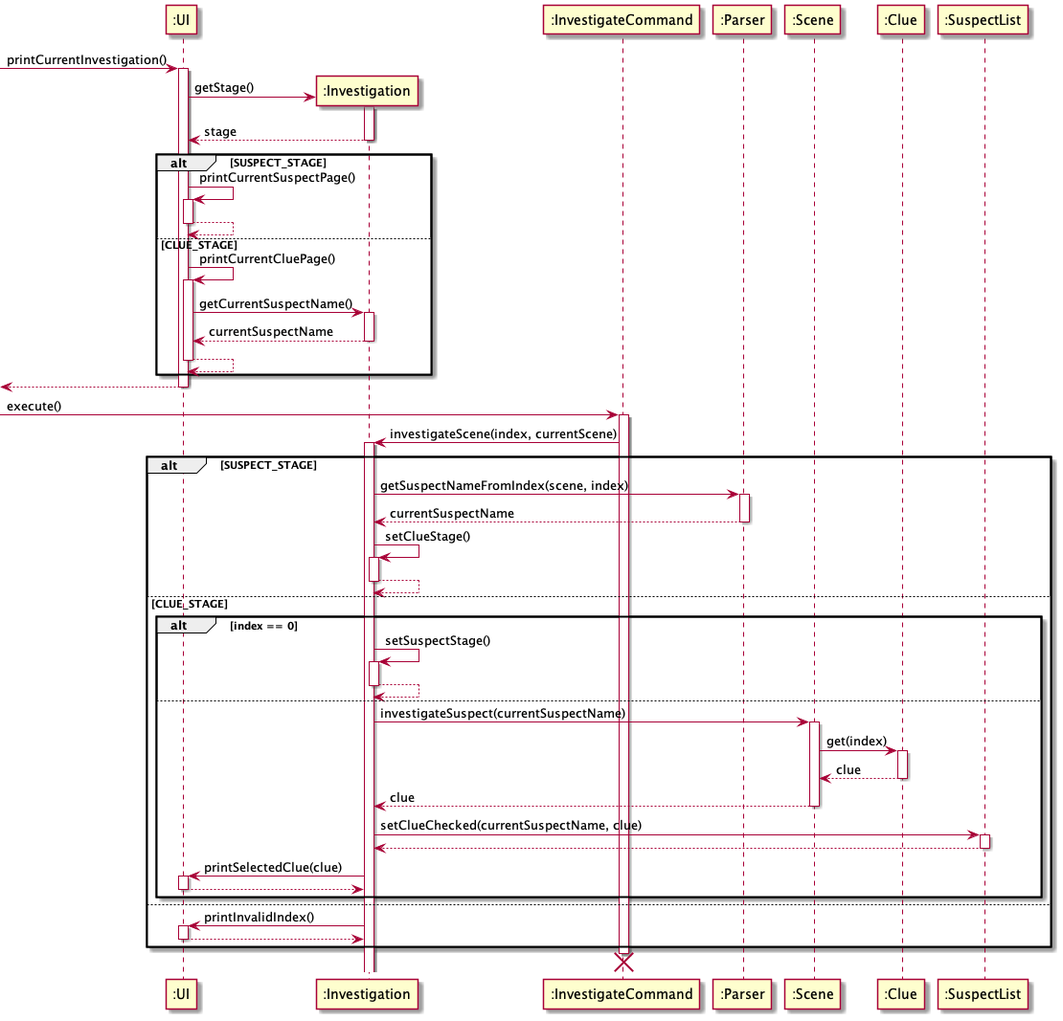
peng-217/tp keeps this PlantUML diagram as docs/Investigation_Sequence_Diagram.png. Above is the earlier version.
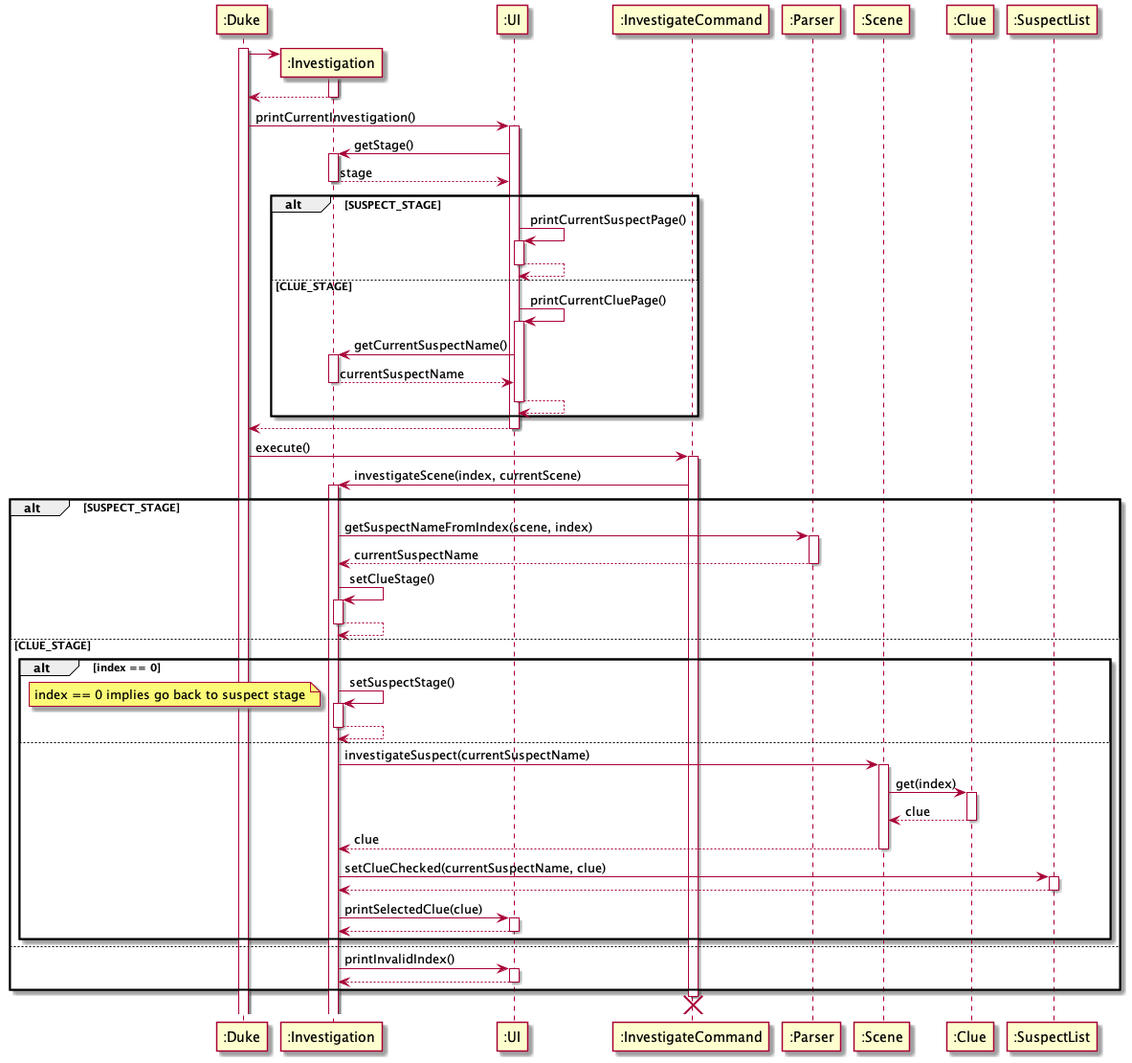
The same diagram one commit later.

Diff of the diagram source:
```diff
@@ -1,9 +1,15 @@
 @startuml
 
--> ":UI" : printCurrentInvestigation()
-activate ":UI"
+create ":Duke"
+activate ":Duke"
 
 create ":Investigation"
+":Duke" -> ":Investigation"
+activate ":Investigation"
+return
+
+":Duke" -> ":UI" : printCurrentInvestigation()
+activate ":UI"
 
 ":UI" -> ":Investigation": getStage()
 activate ":Investigation"
@@ -25,7 +31,7 @@
 end
 return
 
--> ":InvestigateCommand": execute()
+":Duke" -> ":InvestigateCommand": execute()
 activate ":InvestigateCommand"
 ":InvestigateCommand" -> ":Investigation": investigateScene(index, currentScene)
 alt SUSPECT_STAGE
@@ -40,6 +46,9 @@
 else CLUE_STAGE
     alt index == 0
         ":Investigation" -> ":Investigation": setSuspectStage()
+        note top
+            index == 0 implies go back to suspect stage
+        end note
         activate ":Investigation"
         return
     else
```
